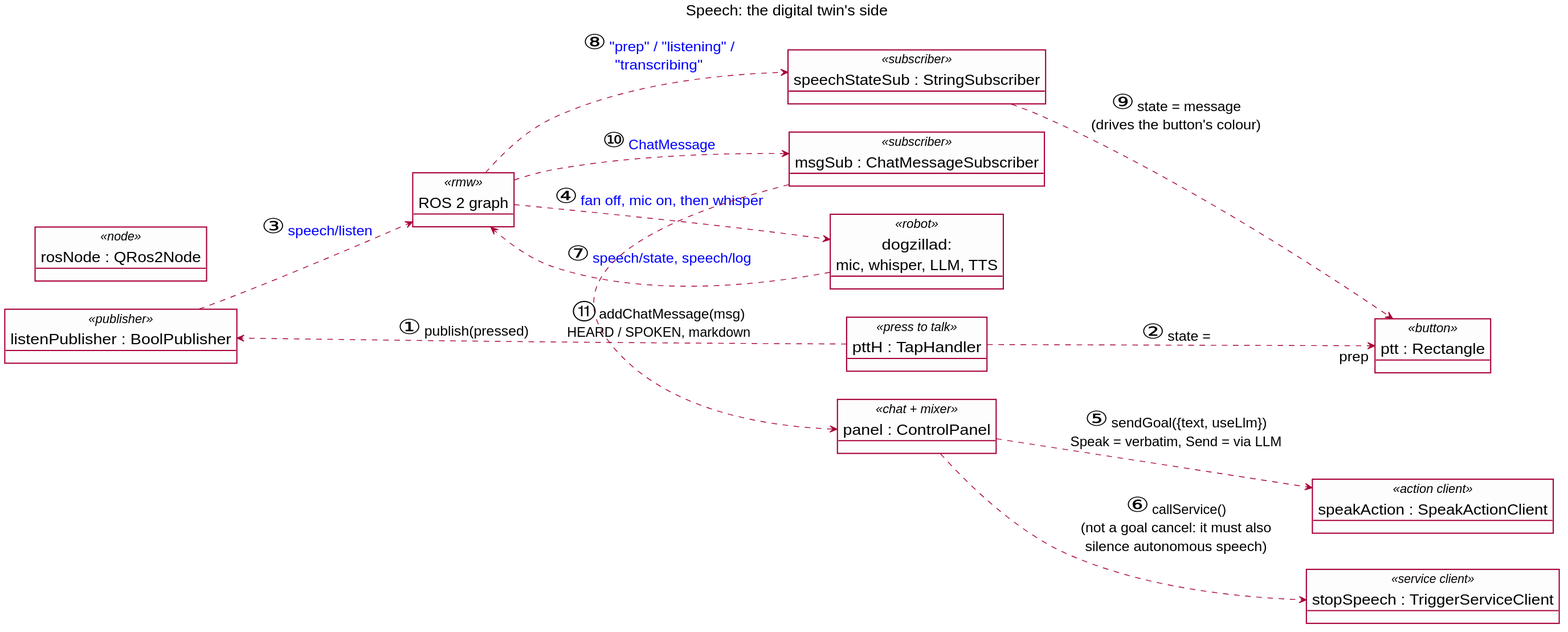
This is presentation/twin-speech.svg from ec1oud/qt-presentations, a PlantUML export, as it was before one commit.
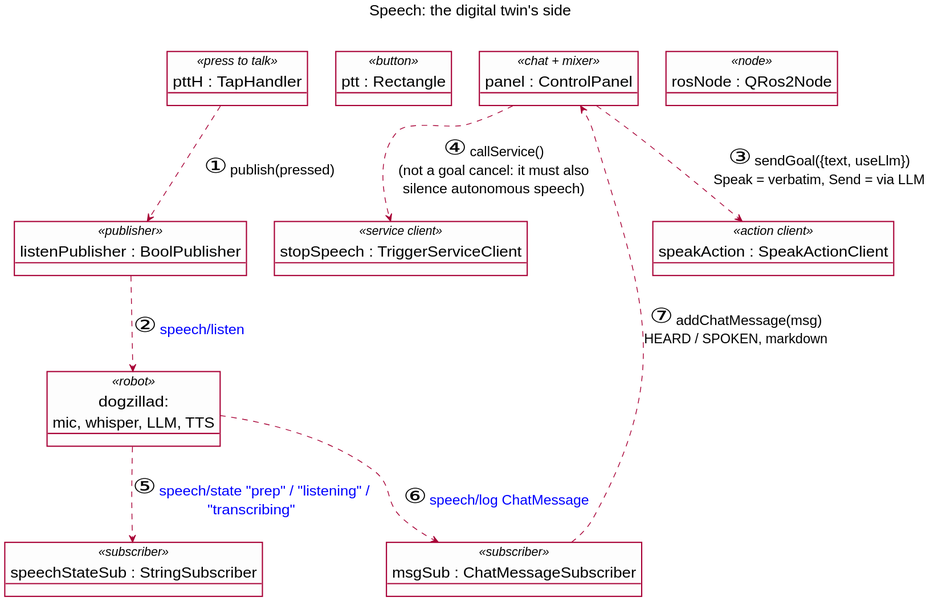
Later version of the same file.

Change to the diagram source:
```diff
@@ -1,7 +1,6 @@
 @startuml
 title Speech: the digital twin's side
 
-left to right direction
 hide empty members
 skinparam shadowing false
 skinparam objectBackgroundColor #FDFDFD
@@ -20,18 +19,13 @@
 object "speechStateSub : StringSubscriber" as speechStateSub <<subscriber>>
 object "msgSub : ChatMessageSubscriber" as msgSub <<subscriber>>
 object "rosNode : QRos2Node" as rosNode <<node>>
-object "ROS 2 graph" as ros_graph <<rmw>>
 object "dogzillad:\nmic, whisper, LLM, TTS" as dog <<robot>>
 
 pttH ..> listenPublisher : <size:26>①</size> publish(pressed)
-pttH ..> ptt : <size:26>②</size> state = "prep"
-listenPublisher ..> ros_graph : <size:26>③</size> <color:blue>speech/listen</color>
-ros_graph ..> dog : <size:26>④</size> <color:blue>fan off, mic on, then whisper</color>
-panel ..> speakAction : <size:26>⑤</size> sendGoal({text, useLlm})\nSpeak = verbatim, Send = via LLM
-panel ..> stopSpeech : <size:26>⑥</size> callService()\n(not a goal cancel: it must also\nsilence autonomous speech)
-dog ..> ros_graph : <size:26>⑦</size> <color:blue>speech/state, speech/log</color>
-ros_graph ..> speechStateSub : <size:26>⑧</size> <color:blue>"prep" / "listening" /</color>\n<color:blue>"transcribing"</color>
-speechStateSub ..> ptt : <size:26>⑨</size> state = message\n(drives the button's colour)
-ros_graph ..> msgSub : <size:26>⑩</size> <color:blue>ChatMessage</color>
-msgSub ..> panel : <size:26>⑪</size> addChatMessage(msg)\nHEARD / SPOKEN, markdown
+listenPublisher ..> dog : <size:26>②</size> <color:blue>speech/listen</color>
+panel ..> speakAction : <size:26>③</size> sendGoal({text, useLlm})\nSpeak = verbatim, Send = via LLM
+panel ..> stopSpeech : <size:26>④</size> callService()\n(not a goal cancel: it must also\nsilence autonomous speech)
+dog ..> speechStateSub : <size:26>⑤</size> <color:blue>speech/state "prep" / "listening" /</color>\n<color:blue>"transcribing"</color>
+dog ..> msgSub : <size:26>⑥</size> <color:blue>speech/log ChatMessage</color>
+msgSub ..> panel : <size:26>⑦</size> addChatMessage(msg)\nHEARD / SPOKEN, markdown
 @enduml
```
